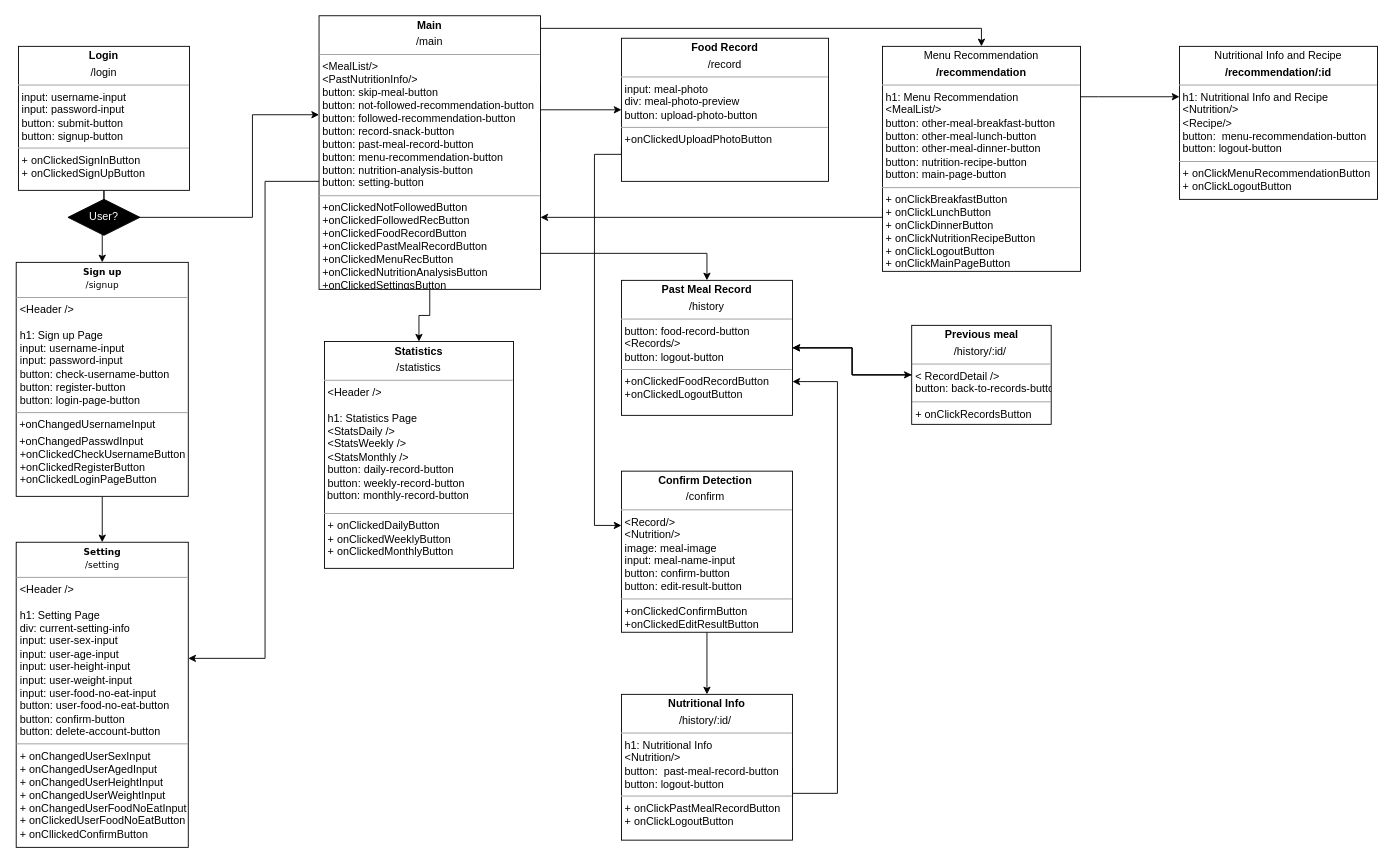
Before: Untitled Diagram.drawio in swsnu/swpp2021-team5, a draw.io diagram. Source tidied: cells renumbered, new cells numbered last; positions are measured from the earlier drawing's top-left corner, leaving out a move shared by most shapes. Both pictures are drawn from the tidied source at 90%, with x=0, y=0 at pixel (16, 15).
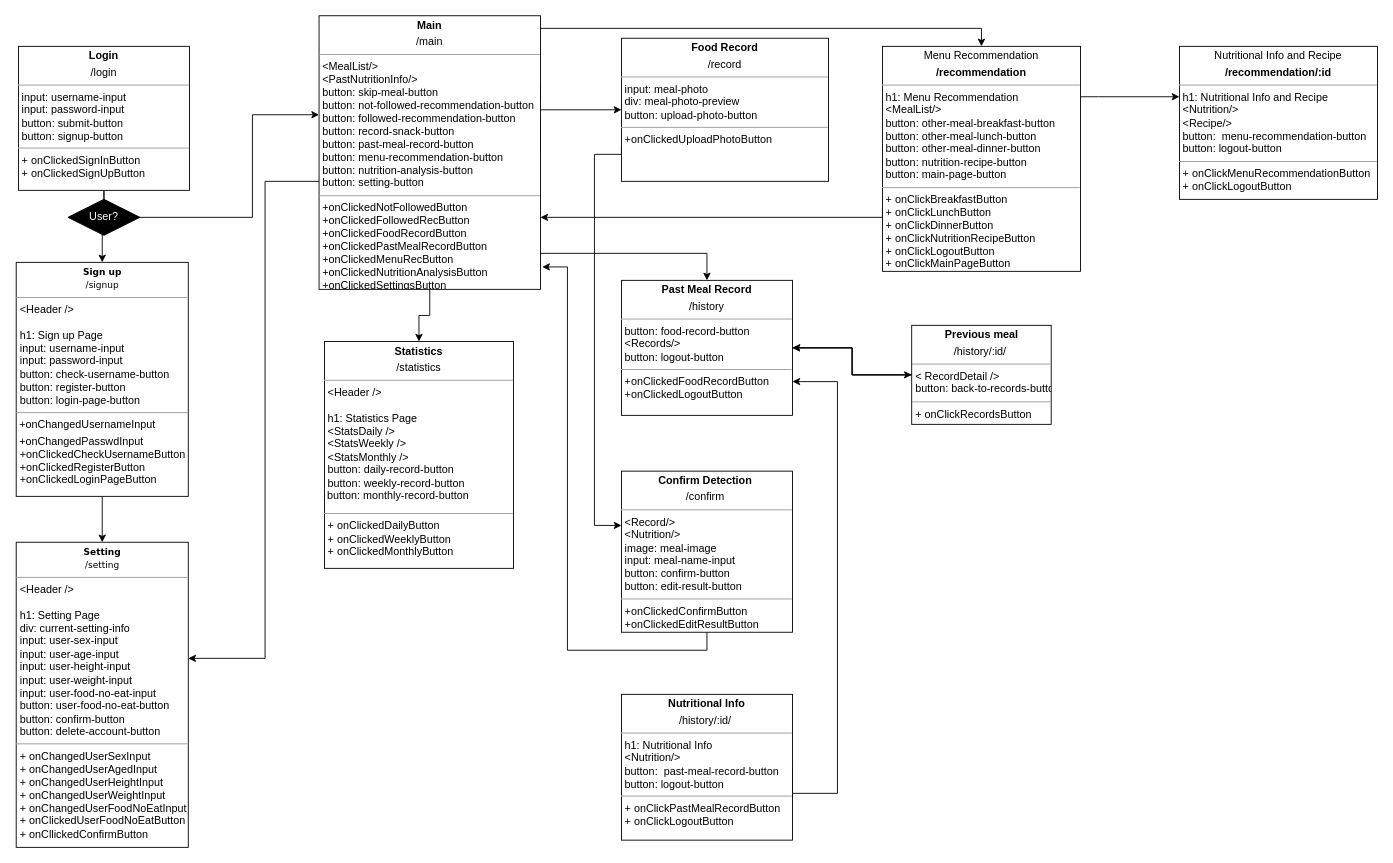
The same page after the edit.

The change refers to these unchanged cells:
```xml
<mxCell id="9" value="&lt;p style=&quot;margin: 0px ; margin-top: 4px ; text-align: center&quot;&gt;&lt;b&gt;Main&lt;/b&gt;&lt;/p&gt;&lt;p style=&quot;margin: 0px ; margin-top: 4px ; text-align: center&quot;&gt;/main&lt;/p&gt;&lt;hr size=&quot;1&quot;&gt;&lt;p style=&quot;margin: 0px ; margin-left: 4px&quot;&gt;&lt;span&gt;&amp;lt;MealList/&amp;gt;&lt;/span&gt;&lt;br&gt;&lt;/p&gt;&lt;p style=&quot;margin: 0px ; margin-left: 4px&quot;&gt;&amp;lt;PastNutritionInfo/&amp;gt;&lt;/p&gt;&lt;p style=&quot;margin: 0px ; margin-left: 4px&quot;&gt;button: skip-meal-button&lt;/p&gt;&lt;p style=&quot;margin: 0px ; margin-left: 4px&quot;&gt;button: not-followed-recommendation-button&lt;/p&gt;&lt;p style=&quot;margin: 0px 0px 0px 4px&quot;&gt;button: followed-recommendation-button&lt;/p&gt;&lt;p style=&quot;margin: 0px ; margin-left: 4px&quot;&gt;&lt;span&gt;button: record-snack-button&lt;/span&gt;&lt;br&gt;&lt;/p&gt;&lt;p style=&quot;margin: 0px 0px 0px 4px&quot;&gt;button: past-meal-record-button&lt;/p&gt;&lt;p style=&quot;margin: 0px 0px 0px 4px&quot;&gt;button: menu-recommendation-button&lt;/p&gt;&lt;p style=&quot;margin: 0px 0px 0px 4px&quot;&gt;button: nutrition-analysis-button&lt;/p&gt;&lt;p style=&quot;margin: 0px 0px 0px 4px&quot;&gt;&lt;span&gt;button: setting-button&lt;/span&gt;&lt;br&gt;&lt;/p&gt;&lt;hr size=&quot;1&quot;&gt;&lt;p style=&quot;margin: 0px ; margin-left: 4px&quot;&gt;+onClickedNotFollowedButton&lt;/p&gt;&lt;p style=&quot;margin: 0px ; margin-left: 4px&quot;&gt;+onClickedFollowedRecButton&lt;br&gt;&lt;/p&gt;&lt;p style=&quot;margin: 0px ; margin-left: 4px&quot;&gt;+onClickedFoodRecordButton&lt;/p&gt;&lt;p style=&quot;margin: 0px 0px 0px 4px&quot;&gt;+onClickedPastMealRecordButton&lt;/p&gt;&lt;p style=&quot;margin: 0px ; margin-left: 4px&quot;&gt;+onClickedMenuRecButton&lt;/p&gt;&lt;p style=&quot;margin: 0px ; margin-left: 4px&quot;&gt;+onClickedNutritionAnalysisButton&lt;/p&gt;&lt;p style=&quot;margin: 0px ; margin-left: 4px&quot;&gt;&lt;span&gt;+onClickedSettingsButton&lt;/span&gt;&lt;br&gt;&lt;/p&gt;" style="verticalAlign=top;align=left;overflow=fill;fontSize=12;fontFamily=Helvetica;html=1;rounded=0;shadow=0;comic=0;labelBackgroundColor=none;strokeWidth=1;" parent="1" vertex="1">
  <mxGeometry x="336" width="246" height="304" as="geometry" />
</mxCell>
<mxCell id="23" value="&lt;p style=&quot;margin: 0px ; margin-top: 4px ; text-align: center&quot;&gt;&lt;b&gt;Confirm Detection&amp;nbsp;&lt;/b&gt;&lt;/p&gt;&lt;p style=&quot;margin: 0px ; margin-top: 4px ; text-align: center&quot;&gt;/confirm&lt;b&gt;&amp;nbsp;&lt;/b&gt;&lt;/p&gt;&lt;hr size=&quot;1&quot;&gt;&lt;p style=&quot;margin: 0px ; margin-left: 4px&quot;&gt;&amp;lt;Record/&amp;gt;&lt;/p&gt;&lt;p style=&quot;margin: 0px ; margin-left: 4px&quot;&gt;&amp;lt;Nutrition/&amp;gt;&lt;/p&gt;&lt;p style=&quot;margin: 0px ; margin-left: 4px&quot;&gt;image: meal-image&lt;/p&gt;&lt;p style=&quot;margin: 0px ; margin-left: 4px&quot;&gt;input: meal-name-input&lt;/p&gt;&lt;p style=&quot;margin: 0px ; margin-left: 4px&quot;&gt;&lt;span&gt;button: confirm-button&lt;/span&gt;&lt;br&gt;&lt;/p&gt;&lt;p style=&quot;margin: 0px ; margin-left: 4px&quot;&gt;button: edit-result-button&lt;/p&gt;&lt;hr size=&quot;1&quot;&gt;&lt;p style=&quot;margin: 0px ; margin-left: 4px&quot;&gt;+onClickedConfirmButton&lt;/p&gt;&lt;p style=&quot;margin: 0px ; margin-left: 4px&quot;&gt;+onClickedEditResultButton&lt;/p&gt;&lt;p style=&quot;margin: 0px ; margin-left: 4px&quot;&gt;&lt;br&gt;&lt;/p&gt;&lt;p style=&quot;margin: 0px ; margin-left: 4px&quot;&gt;&lt;br&gt;&lt;/p&gt;" style="verticalAlign=top;align=left;overflow=fill;fontSize=12;fontFamily=Helvetica;html=1;" parent="1" vertex="1">
  <mxGeometry x="672" y="506" width="190" height="179" as="geometry" />
</mxCell>
<mxCell id="25" value="&lt;p style=&quot;margin: 0px ; margin-top: 4px ; text-align: center&quot;&gt;&lt;b&gt;Nutritional Info&lt;/b&gt;&lt;/p&gt;&lt;p style=&quot;margin: 0px ; margin-top: 4px ; text-align: center&quot;&gt;/history/:id/&lt;b&gt;&amp;nbsp;&lt;/b&gt;&lt;/p&gt;&lt;hr size=&quot;1&quot;&gt;&lt;p style=&quot;margin: 0px 0px 0px 4px&quot;&gt;h1: Nutritional Info&lt;/p&gt;&lt;p style=&quot;margin: 0px 0px 0px 4px&quot;&gt;&amp;lt;Nutrition/&amp;gt;&lt;/p&gt;&lt;p style=&quot;margin: 0px 0px 0px 4px&quot;&gt;button:&amp;nbsp; past-meal-record-button&amp;nbsp;&lt;br&gt;&lt;/p&gt;&lt;p style=&quot;margin: 0px 0px 0px 4px&quot;&gt;button: logout-button&lt;/p&gt;&lt;hr size=&quot;1&quot;&gt;&lt;p style=&quot;margin: 0px 0px 0px 4px&quot;&gt;+ onClickPastMealRecordButton&lt;/p&gt;&lt;p style=&quot;margin: 0px 0px 0px 4px&quot;&gt;+ onClickLogoutButton&lt;/p&gt;" style="verticalAlign=top;align=left;overflow=fill;fontSize=12;fontFamily=Helvetica;html=1;" parent="1" vertex="1">
  <mxGeometry x="672" y="754" width="190" height="162" as="geometry" />
</mxCell>
```

Diff of the diagram source:
```diff
@@
-    <mxCell id="22" style="edgeStyle=orthogonalEdgeStyle;rounded=0;jettySize=auto;html=1;exitX=0.5;exitY=1;exitDx=0;exitDy=0;entryX=0.5;entryY=0;entryDx=0;entryDy=0;fontColor=#FFFFFF;" parent="1" edge="1" source="23" target="25">
-      <mxGeometry relative="1" as="geometry" />
+    <mxCell id="22" style="edgeStyle=orthogonalEdgeStyle;rounded=0;jettySize=auto;html=1;exitX=0.5;exitY=1;exitDx=0;exitDy=0;entryX=1.008;entryY=0.918;entryDx=0;entryDy=0;fontColor=#FFFFFF;entryPerimeter=0;" parent="1" edge="1" source="23" target="9">
+      <mxGeometry relative="1" as="geometry">
+        <Array as="points">
+          <mxPoint x="767" y="705" />
+          <mxPoint x="612" y="705" />
+          <mxPoint x="612" y="279" />
+        </Array>
+      </mxGeometry>
     </mxCell>
```
